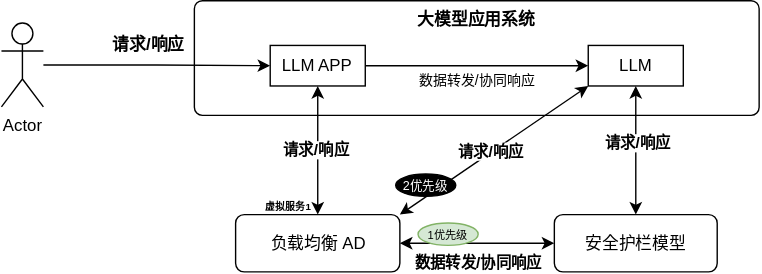
Above: Model fence load balancing model reverse proxy docking.svg in skillre/diagrams_P (draw.io), before the change. Source tidied: cells renumbered, new cells last; positions are measured from the earlier drawing's top-left corner, leaving out a move shared by most shapes.
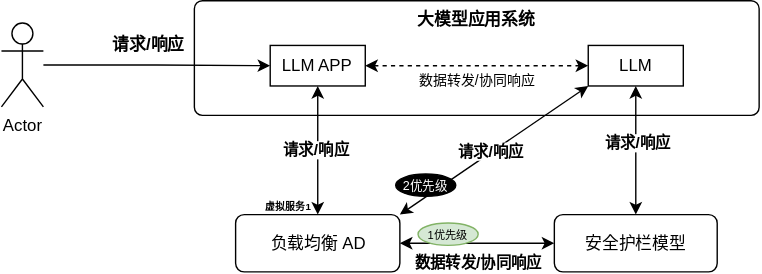
Later version of the same file.

Diff of the diagram source:
```diff
@@ -22,7 +22,7 @@
     <mxCell id="7" value="大模型应用系统" style="rounded=1;whiteSpace=wrap;html=1;verticalAlign=top;fontStyle=1;arcSize=7;" parent="1" vertex="1">
       <mxGeometry x="138" width="404" height="82" as="geometry" />
     </mxCell>
-    <mxCell id="8" style="edgeStyle=orthogonalEdgeStyle;rounded=0;jettySize=auto;html=1;entryX=0;entryY=0.5;entryDx=0;entryDy=0;" parent="7" edge="1" source="10" target="11">
+    <mxCell id="8" style="edgeStyle=orthogonalEdgeStyle;rounded=0;jettySize=auto;html=1;entryX=0;entryY=0.5;entryDx=0;entryDy=0;dashed=1;startArrow=classic;startFill=1;" parent="7" edge="1" source="10" target="11">
       <mxGeometry relative="1" as="geometry" />
     </mxCell>
     <mxCell id="9" value="&lt;font style=&quot;font-size: 10px;&quot;&gt;数据转发/协同响应&lt;/font&gt;" style="edgeLabel;html=1;align=center;verticalAlign=middle;" parent="8" vertex="1">
```
